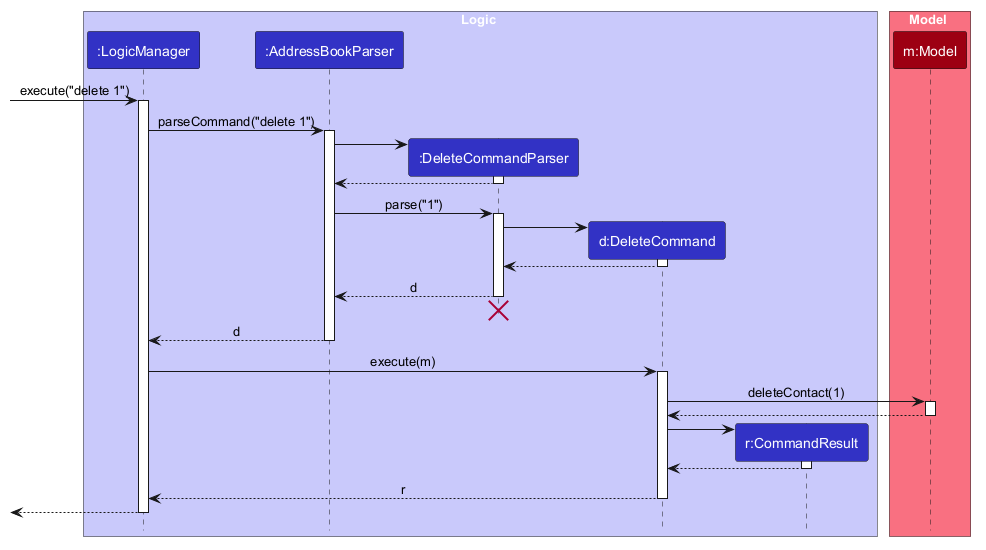
The PlantUML diagram docs/images/DeleteSequenceDiagram.png in AY2627S1-CS2103T-T13-3/tp, before a commit.
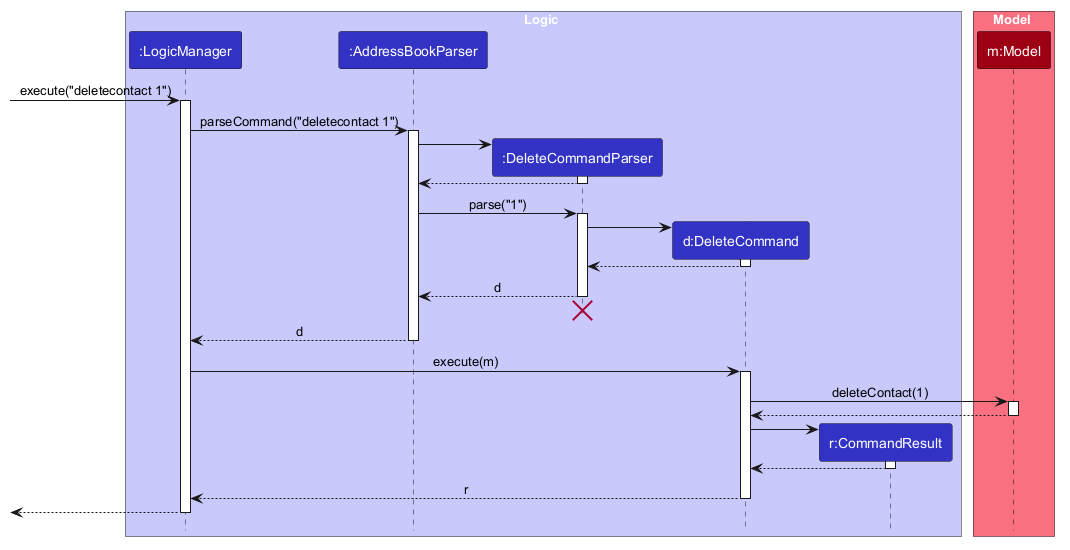
Later version of the same file.

What changed in the source:
```diff
@@ -14,10 +14,10 @@
 participant "m:Model" as Model MODEL_COLOR
 end box
 
-[-> LogicManager : execute("delete 1")
+[-> LogicManager : execute("deletecontact 1")
 activate LogicManager
 
-LogicManager -> AddressBookParser : parseCommand("delete 1")
+LogicManager -> AddressBookParser : parseCommand("deletecontact 1")
 activate AddressBookParser
 
 create DeleteCommandParser
```
